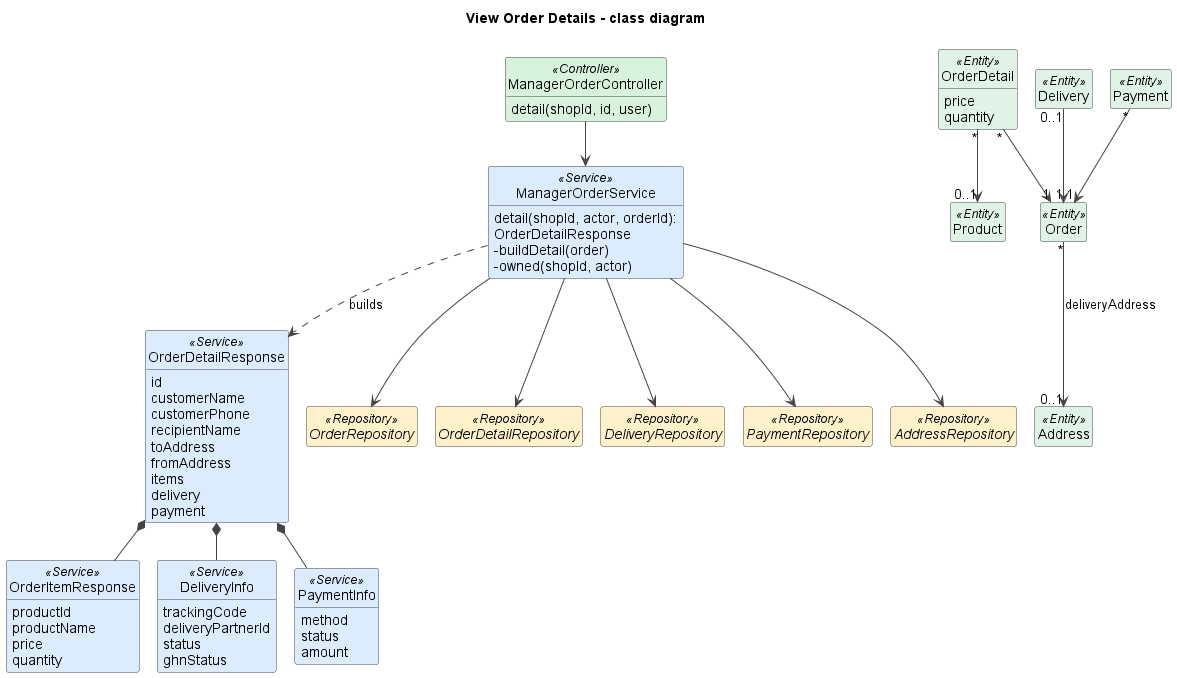
Earlier version of the PlantUML export docs/diagrams/05-view-order-details-class.png (duckpao/FlowerShop_SWP391).
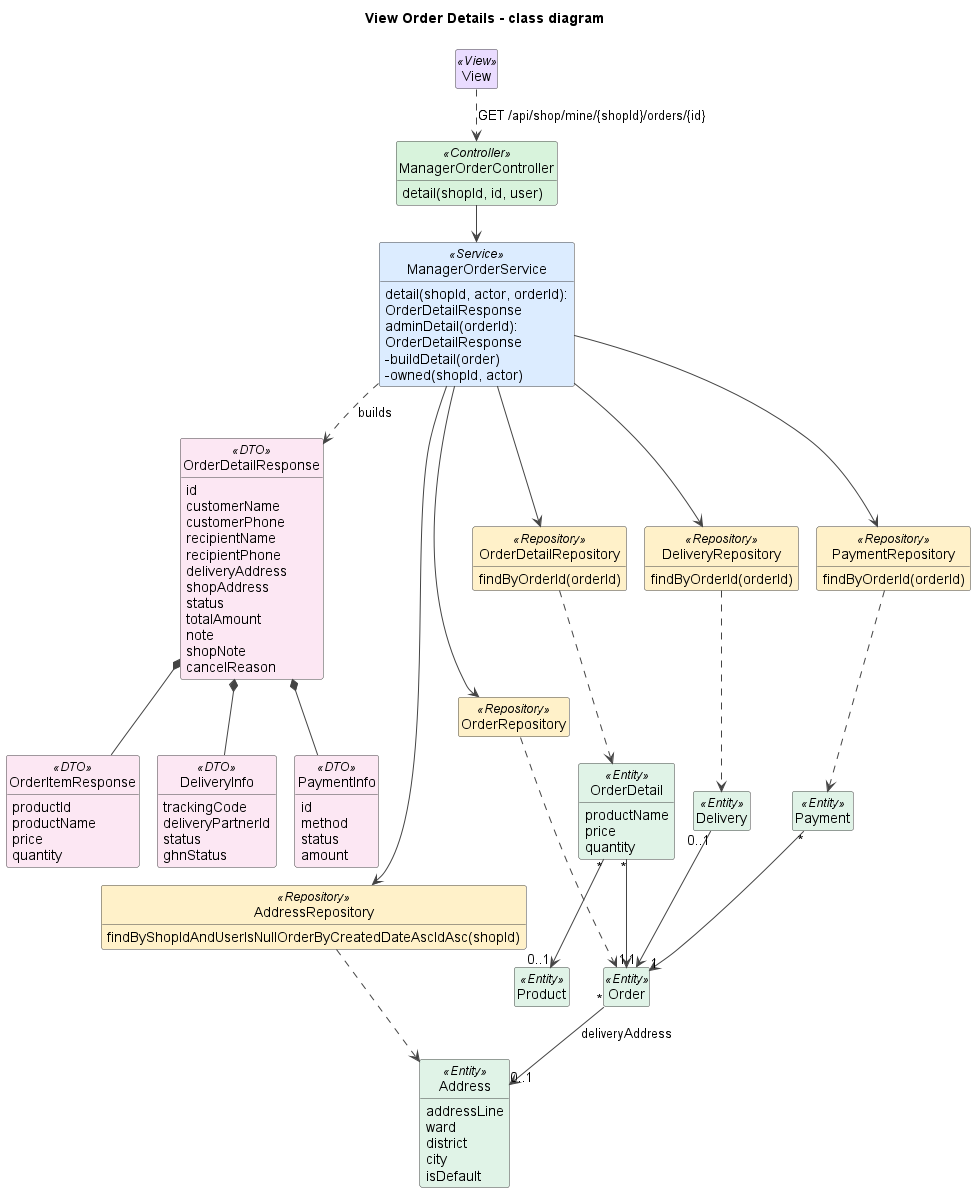
Later version of the same file.

Diff of the diagram source:
```diff
@@ -1,6 +1,6 @@
 @startuml
+title View Order Details - class diagram
 !pragma layout smetana
-title View Order Details - class diagram
 skinparam shadowing false
 skinparam defaultFontName Arial
 skinparam wrapWidth 240
@@ -16,62 +16,87 @@
   BackgroundColor<<Service>> #DCECFF
   BackgroundColor<<Repository>> #FFF1C9
   BackgroundColor<<Entity>> #E0F3E7
+  BackgroundColor<<DTO>> #FCE7F3
+  BackgroundColor<<Scheduler>> #FFE8CC
   BackgroundColor<<External>> #FFE0E0
 }
 hide empty members
 hide circle
+
+class View <<View>>
 
 class ManagerOrderController <<Controller>> {
   detail(shopId, id, user)
 }
 class ManagerOrderService <<Service>> {
   detail(shopId, actor, orderId): OrderDetailResponse
+  adminDetail(orderId): OrderDetailResponse
   -buildDetail(order)
   -owned(shopId, actor)
 }
-class OrderDetailResponse <<Service>> {
+class OrderDetailResponse <<DTO>> {
   id
   customerName
   customerPhone
   recipientName
-  toAddress
-  fromAddress
-  items
-  delivery
-  payment
+  recipientPhone
+  deliveryAddress
+  shopAddress
+  status
+  totalAmount
+  note
+  shopNote
+  cancelReason
 }
-class OrderItemResponse <<Service>> {
+class OrderItemResponse <<DTO>> {
   productId
   productName
   price
   quantity
 }
-class DeliveryInfo <<Service>> {
+class DeliveryInfo <<DTO>> {
   trackingCode
   deliveryPartnerId
   status
   ghnStatus
 }
-class PaymentInfo <<Service>> {
+class PaymentInfo <<DTO>> {
+  id
   method
   status
   amount
 }
-interface OrderRepository <<Repository>>
-interface OrderDetailRepository <<Repository>>
-interface DeliveryRepository <<Repository>>
-interface PaymentRepository <<Repository>>
-interface AddressRepository <<Repository>>
+class OrderRepository <<Repository>>
+class OrderDetailRepository <<Repository>> {
+  findByOrderId(orderId)
+}
+class DeliveryRepository <<Repository>> {
+  findByOrderId(orderId)
+}
+class PaymentRepository <<Repository>> {
+  findByOrderId(orderId)
+}
+class AddressRepository <<Repository>> {
+  findByShopIdAndUserIsNullOrderByCreatedDateAscIdAsc(shopId)
+}
 class Order <<Entity>>
 class OrderDetail <<Entity>> {
+  productName
   price
   quantity
 }
 class Delivery <<Entity>>
 class Payment <<Entity>>
-class Address <<Entity>>
+class Address <<Entity>> {
+  addressLine
+  ward
+  district
+  city
+  isDefault
+}
 class Product <<Entity>>
 
+View ..> ManagerOrderController : GET /api/shop/mine/{shopId}/orders/{id}
 ManagerOrderController --> ManagerOrderService
 ManagerOrderService --> OrderRepository
 ManagerOrderService --> OrderDetailRepository
@@ -82,10 +107,15 @@
 OrderDetailResponse *-- OrderItemResponse
 OrderDetailResponse *-- DeliveryInfo
 OrderDetailResponse *-- PaymentInfo
+OrderRepository ..> Order
+OrderDetailRepository ..> OrderDetail
+DeliveryRepository ..> Delivery
+PaymentRepository ..> Payment
 OrderDetail "*" --> "1" Order
 OrderDetail "*" --> "0..1" Product
 Delivery "0..1" --> "1" Order
 Payment "*" --> "1" Order
 Order "*" --> "0..1" Address : deliveryAddress
+AddressRepository ..> Address
 
 @enduml
```
